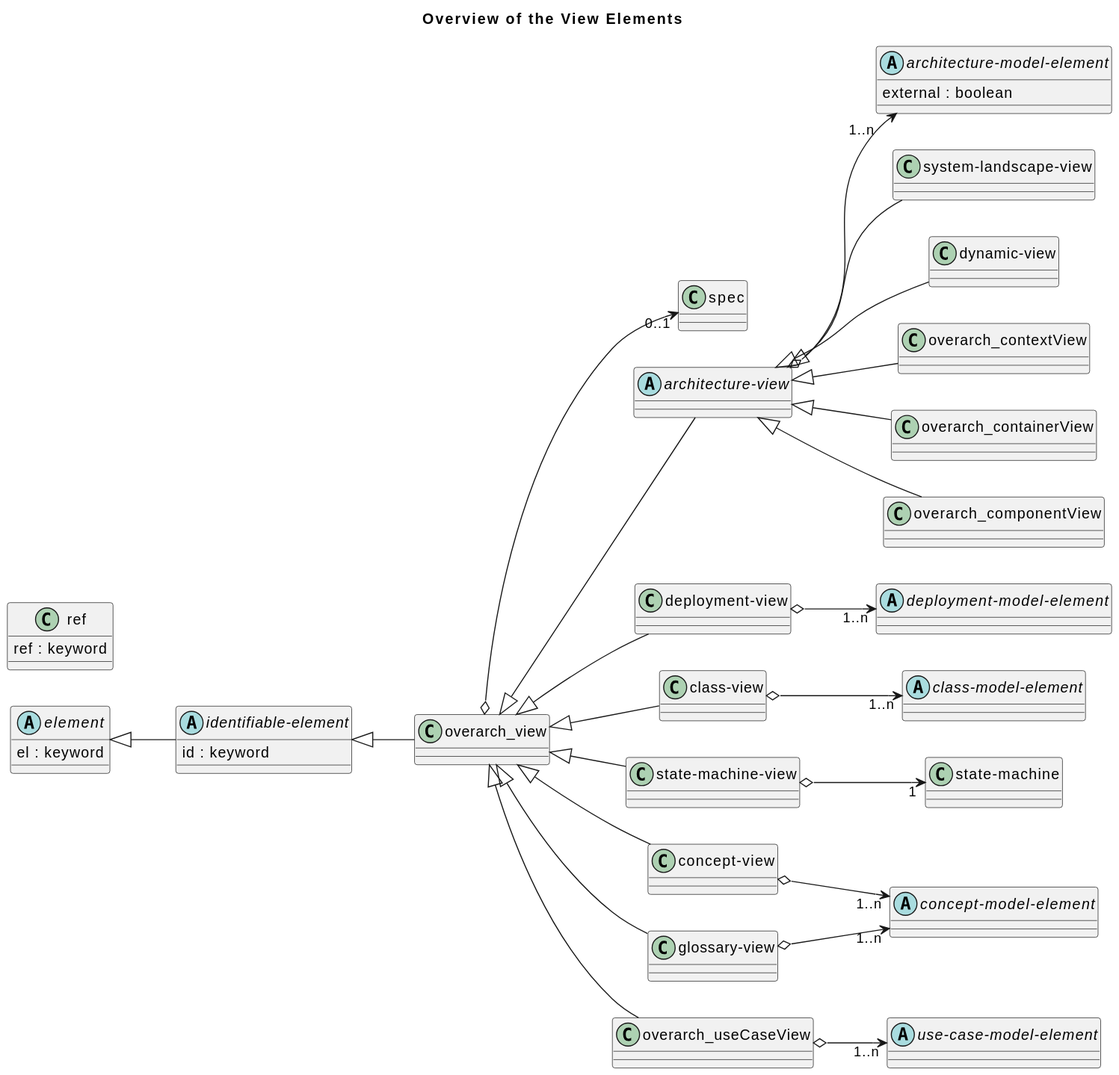
This is doc/images/overarch_viewElementsOverview.svg from soulspace-org/overarch, a PlantUML export, as it was before one commit.
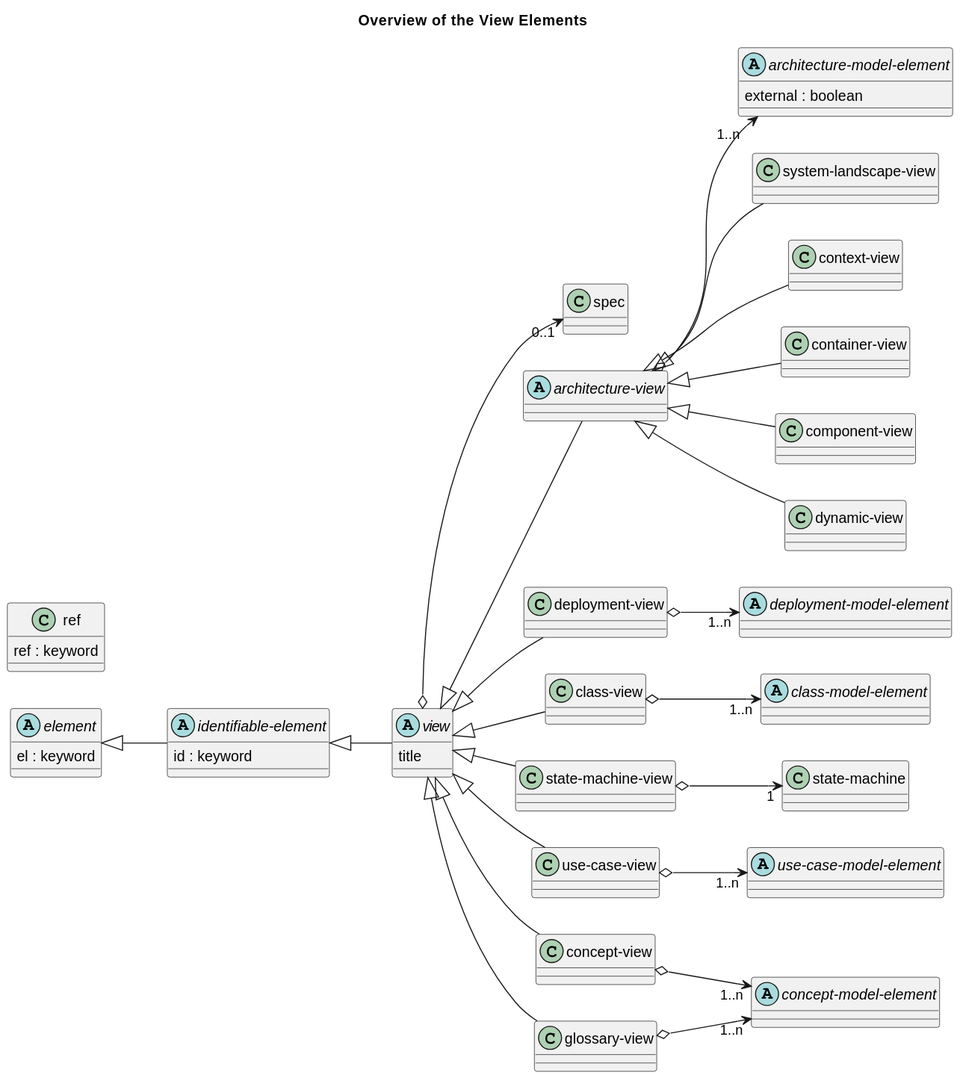
The same diagram one commit later.

What changed in the source:
```diff
@@ -11,23 +11,30 @@
 abstract class "architecture-model-element" as overarch_architectureModelElement {
   external : boolean
 }
-abstract class "deployment-model-element" as overarch_deploymentModelElement
-abstract class "class-model-element" as overarch_classModelElement
-abstract class "use-case-model-element" as overarch_useCaseModelElement
-class "state-machine" as overarch_stateMachine
-abstract class "concept-model-element" as overarch_conceptModelElement
+abstract class "deployment-model-element" as overarch_deploymentModelElement {}
+abstract class "class-model-element" as overarch_classModelElement {}
+abstract class "use-case-model-element" as overarch_useCaseModelElement {}
+class "state-machine" as overarch_stateMachine {}
+abstract class "concept-model-element" as overarch_conceptModelElement {}
 class "ref" as overarch_ref {
   ref : keyword
 }
-class "spec" as overarch_renderingSpec
-abstract class "architecture-view" as overarch_architectureView
-class "system-landscape-view" as overarch_systemLandscapeView
-class "deployment-view" as overarch_deploymentView
-class "dynamic-view" as overarch_dynamicView
-class "class-view" as overarch_classView
-class "state-machine-view" as overarch_stateMachineView
-class "concept-view" as overarch_conceptView
-class "glossary-view" as overarch_glossaryView
+abstract class "view" as overarch_view {
+  title
+}
+class "spec" as overarch_renderingSpec {}
+abstract class "architecture-view" as overarch_architectureView {}
+class "system-landscape-view" as overarch_systemLandscapeView {}
+class "context-view" as overarch_contextView {}
+class "container-view" as overarch_containerView {}
+class "component-view" as overarch_componentView {}
+class "deployment-view" as overarch_deploymentView {}
+class "dynamic-view" as overarch_dynamicView {}
+class "class-view" as overarch_classView {}
+class "state-machine-view" as overarch_stateMachineView {}
+class "use-case-view" as overarch_useCaseView {}
+class "concept-view" as overarch_conceptView {}
+class "glossary-view" as overarch_glossaryView {}
 overarch_element <|-- overarch_identifiableElement
 overarch_identifiableElement <|-- overarch_view
 overarch_view o-->  "0..1" overarch_renderingSpec
```
